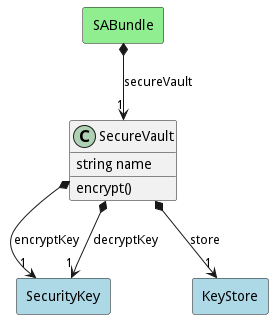
This is docs/sabr/sa/models/securevault/logical.png from madajaju/sabr, a PlantUML export, as it was before one commit.
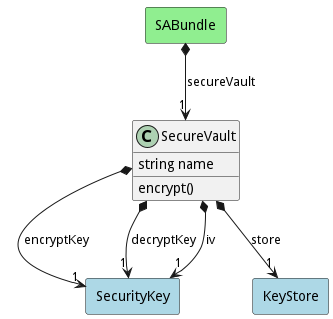
The same diagram one commit later.

Change to the diagram source:
```diff
@@ -19,6 +19,12 @@
 Model *--> "1" SecurityKey : decryptKey
 
 
+rectangle "SecurityKey" as SecurityKey #lightblue {
+}
+
+Model *--> "1" SecurityKey : iv
+
+
 rectangle "KeyStore" as KeyStore #lightblue {
 }
 
```
